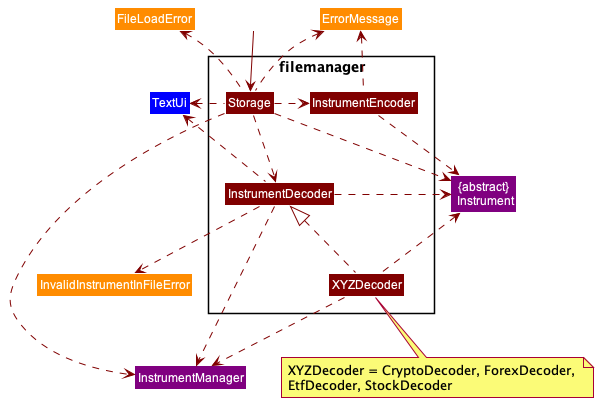
The PlantUML diagram docs/images/FileManagerDiagram.png in williamlamjy/mTracker, before a commit.
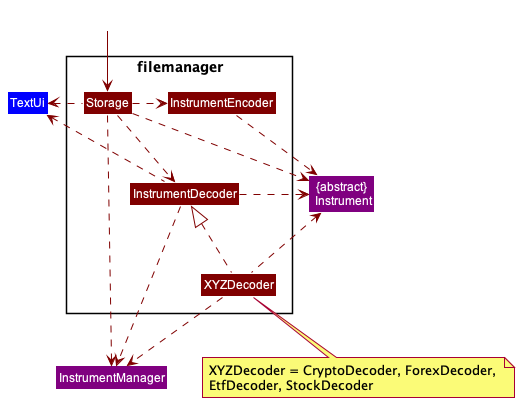
After the commit.

Commit message:
removed error from class diag

The edit, as a diff of the source:
```diff
@@ -10,10 +10,6 @@
 
 Class TextUi COLOR_UI
 
-    Class FileLoadError COLOR_ERROR
-    Class InvalidInstrumentInFileError COLOR_ERROR
-    Class ErrorMessage COLOR_ERROR
-
 Class "{abstract}\n Instrument" as Instrument COLOR_MODEL
 Class InstrumentManager COLOR_MODEL
 
@@ -25,14 +21,9 @@
  Storage -down[COLOR_STORAGE].> InstrumentDecoder
  Storage -down[COLOR_STORAGE].> Instrument
  Storage -down[COLOR_STORAGE].> InstrumentManager
- Storage -up[COLOR_STORAGE].> FileLoadError
- Storage -up[COLOR_STORAGE].> ErrorMessage
  InstrumentEncoder -down[COLOR_STORAGE].> Instrument
- InstrumentEncoder -up[COLOR_STORAGE].> ErrorMessage
-
  InstrumentDecoder -down[COLOR_STORAGE].> InstrumentManager
  InstrumentDecoder -right[COLOR_STORAGE].> Instrument
- InstrumentDecoder -down[COLOR_STORAGE].> InvalidInstrumentInFileError
  XYZDecoder -up[COLOR_STORAGE].> Instrument
  XYZDecoder -down[COLOR_STORAGE].> InstrumentManager
  Storage -left[COLOR_STORAGE].> TextUi
```
